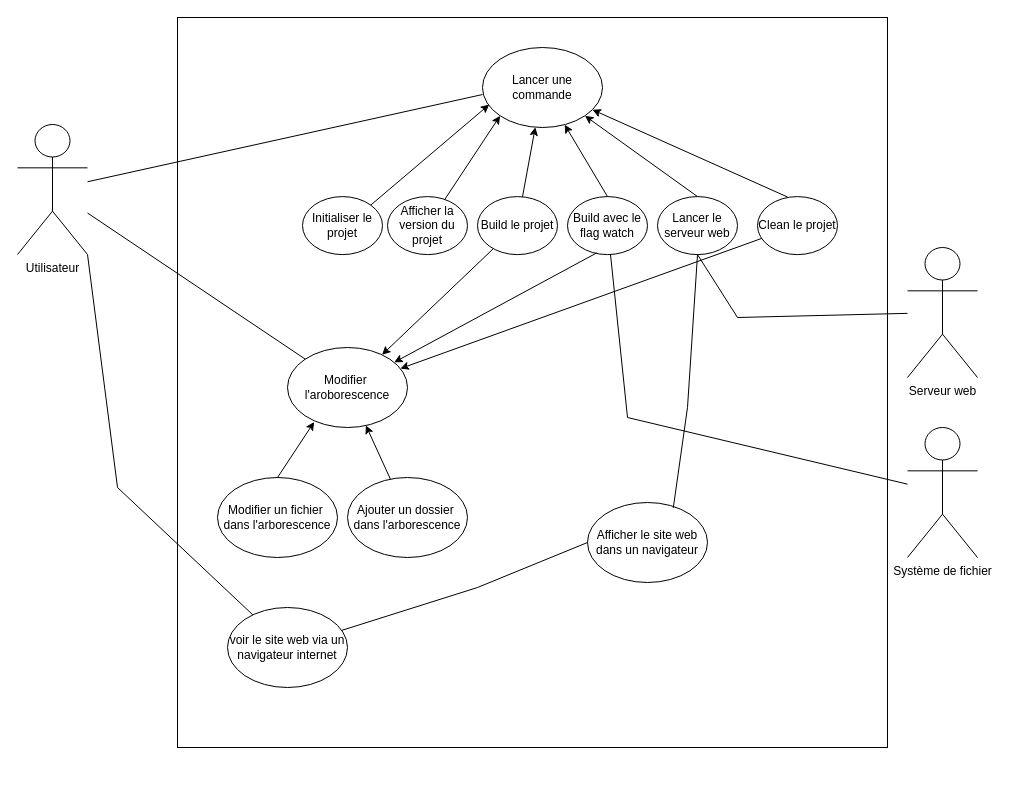
Before: diagrames/useCase.drawio in lgtm-migrator/projet-friedli_jaquier_kaelin_pavicevic, a draw.io diagram. Source tidied: cells renumbered, new cells numbered last; positions are measured from the earlier drawing's top-left corner, leaving out a move shared by most shapes. Both pictures are drawn from the tidied source at 100%, with x=0, y=0 at pixel (17, 17).
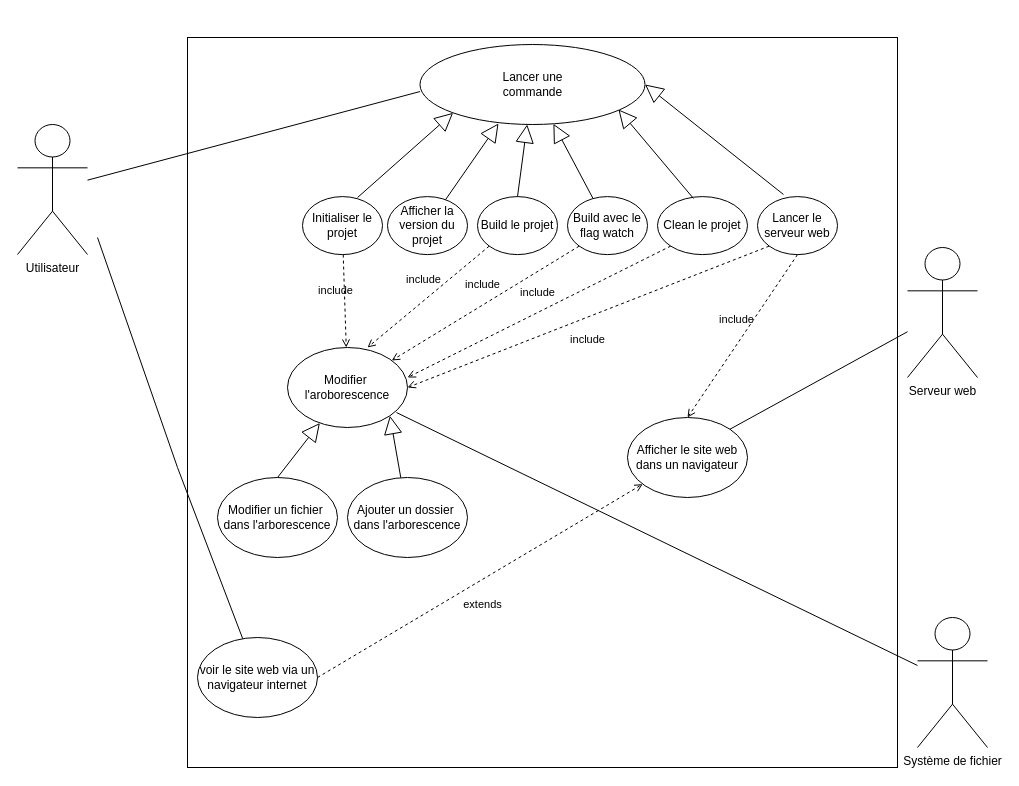
The same diagram, later.

Commit message (it also covers changes not shown here):
docs: refactor somes diagrams

Unchanged cells that the change refers to:
```xml
<mxCell id="3" value="Utilisateur" style="shape=umlActor;verticalLabelPosition=bottom;verticalAlign=top;html=1;outlineConnect=0;" parent="1" vertex="1">
  <mxGeometry y="107" width="70" height="130" as="geometry" />
</mxCell>
<mxCell id="4" value="Ajouter un dossier&amp;nbsp;&lt;br&gt;dans l'arborescence" style="ellipse;whiteSpace=wrap;html=1;" parent="1" vertex="1">
  <mxGeometry x="330" y="460" width="120" height="80" as="geometry" />
</mxCell>
<mxCell id="5" value="Modifier un fichier&amp;nbsp;&lt;br&gt;dans l'arborescence" style="ellipse;whiteSpace=wrap;html=1;" parent="1" vertex="1">
  <mxGeometry x="200" y="460" width="120" height="80" as="geometry" />
</mxCell>
<mxCell id="6" value="Modifier&amp;nbsp; l'aroborescence" style="ellipse;whiteSpace=wrap;html=1;" parent="1" vertex="1">
  <mxGeometry x="270" y="330" width="120" height="80" as="geometry" />
</mxCell>
<mxCell id="13" value="Initialiser le projet" style="ellipse;whiteSpace=wrap;html=1;" parent="1" vertex="1">
  <mxGeometry x="285" y="179.1" width="80" height="58" as="geometry" />
</mxCell>
<mxCell id="14" value="Build le projet" style="ellipse;whiteSpace=wrap;html=1;" parent="1" vertex="1">
  <mxGeometry x="460" y="179.1" width="80" height="58" as="geometry" />
</mxCell>
<mxCell id="22" value="Afficher la version du projet" style="ellipse;whiteSpace=wrap;html=1;" parent="1" vertex="1">
  <mxGeometry x="370" y="179.1" width="80" height="58" as="geometry" />
</mxCell>
<mxCell id="26" value="Serveur web" style="shape=umlActor;verticalLabelPosition=bottom;verticalAlign=top;html=1;outlineConnect=0;" parent="1" vertex="1">
  <mxGeometry x="890" y="230" width="70" height="130" as="geometry" />
</mxCell>
<mxCell id="28" value="Build avec le flag watch" style="ellipse;whiteSpace=wrap;html=1;" parent="1" vertex="1">
  <mxGeometry x="550" y="179.1" width="80" height="58" as="geometry" />
</mxCell>
```

Change to the diagram source:
```diff
@@
     <mxCell id="2" style="rounded=0;whiteSpace=wrap;html=1;" parent="1" vertex="1">
-      <mxGeometry x="160" width="710" height="730" as="geometry" />
+      <mxGeometry x="170" y="20" width="710" height="730" as="geometry" />
     </mxCell>
@@
-    <mxCell id="7" style="endArrow=classic;html=1;rounded=0;exitX=0.5;exitY=0;exitDx=0;exitDy=0;entryX=0.222;entryY=0.931;entryDx=0;entryDy=0;entryPerimeter=0;" parent="1" edge="1" source="5" target="6">
-      <mxGeometry relative="1" as="geometry" />
-    </mxCell>
-    <mxCell id="8" style="endArrow=classic;html=1;rounded=0;entryX=0.653;entryY=0.973;entryDx=0;entryDy=0;entryPerimeter=0;" parent="1" edge="1" source="4" target="6">
-      <mxGeometry relative="1" as="geometry" />
-    </mxCell>
-    <mxCell id="9" style="endArrow=none;html=1;rounded=0;" parent="1" edge="1" source="3" target="6">
-      <mxGeometry relative="1" as="geometry" />
-    </mxCell>
@@
     <mxCell id="11" value="Lancer une &lt;br&gt;commande" style="ellipse;whiteSpace=wrap;html=1;" parent="1" vertex="1">
-      <mxGeometry x="465" y="30" width="120" height="80" as="geometry" />
+      <mxGeometry x="402.5" y="27" width="225" height="80" as="geometry" />
     </mxCell>
     <mxCell id="12" value="Lancer le serveur web" style="ellipse;whiteSpace=wrap;html=1;" parent="1" vertex="1">
-      <mxGeometry x="640" y="179.1" width="80" height="58" as="geometry" />
+      <mxGeometry x="740" y="179.1" width="80" height="58" as="geometry" />
     </mxCell>
@@
     <mxCell id="15" value="Clean le projet" style="ellipse;whiteSpace=wrap;html=1;" parent="1" vertex="1">
-      <mxGeometry x="740" y="179.1" width="80" height="58" as="geometry" />
+      <mxGeometry x="640" y="179.1" width="90" height="58" as="geometry" />
     </mxCell>
-    <mxCell id="16" style="endArrow=classic;html=1;rounded=0;exitX=1;exitY=0;exitDx=0;exitDy=0;entryX=0.056;entryY=0.713;entryDx=0;entryDy=0;entryPerimeter=0;" parent="1" edge="1" source="13" target="11">
-      <mxGeometry relative="1" as="geometry" />
-    </mxCell>
-    <mxCell id="17" style="endArrow=classic;html=1;rounded=0;" parent="1" edge="1" source="14" target="11">
-      <mxGeometry relative="1" as="geometry" />
-    </mxCell>
-    <mxCell id="18" style="endArrow=classic;html=1;rounded=0;exitX=0.5;exitY=0;exitDx=0;exitDy=0;entryX=1;entryY=1;entryDx=0;entryDy=0;" parent="1" edge="1" source="12" target="11">
-      <mxGeometry relative="1" as="geometry" />
-    </mxCell>
-    <mxCell id="19" style="endArrow=classic;html=1;rounded=0;exitX=0.375;exitY=0.007;exitDx=0;exitDy=0;exitPerimeter=0;" parent="1" edge="1" source="15" target="11">
-      <mxGeometry relative="1" as="geometry" />
-    </mxCell>
     <mxCell id="20" value="Système de fichier" style="shape=umlActor;verticalLabelPosition=bottom;verticalAlign=top;html=1;outlineConnect=0;" parent="1" vertex="1">
-      <mxGeometry x="890" y="410" width="70" height="130" as="geometry" />
+      <mxGeometry x="900" y="600" width="70" height="130" as="geometry" />
     </mxCell>
-    <mxCell id="21" style="endArrow=none;html=1;rounded=0;" parent="1" edge="1" source="28" target="20">
-      <mxGeometry relative="1" as="geometry">
-        <Array as="points">
-          <mxPoint x="610" y="400" />
-        </Array>
-      </mxGeometry>
-    </mxCell>
@@
-    <mxCell id="23" style="endArrow=classic;html=1;rounded=0;entryX=0;entryY=1;entryDx=0;entryDy=0;" parent="1" edge="1" source="22" target="11">
-      <mxGeometry relative="1" as="geometry" />
-    </mxCell>
-    <mxCell id="24" style="endArrow=classic;html=1;rounded=0;" parent="1" edge="1" source="14" target="6">
-      <mxGeometry relative="1" as="geometry" />
-    </mxCell>
-    <mxCell id="25" style="endArrow=classic;html=1;rounded=0;" parent="1" edge="1" source="15" target="6">
-      <mxGeometry relative="1" as="geometry" />
-    </mxCell>
@@
-    <mxCell id="27" style="endArrow=none;html=1;rounded=0;exitX=0.5;exitY=1;exitDx=0;exitDy=0;" parent="1" edge="1" source="12" target="26">
-      <mxGeometry relative="1" as="geometry">
-        <Array as="points">
-          <mxPoint x="720" y="300" />
-        </Array>
-      </mxGeometry>
-    </mxCell>
@@
-    <mxCell id="29" style="endArrow=classic;html=1;rounded=0;exitX=0.5;exitY=0;exitDx=0;exitDy=0;" parent="1" edge="1" source="28" target="11">
-      <mxGeometry relative="1" as="geometry" />
-    </mxCell>
-    <mxCell id="30" style="endArrow=classic;html=1;rounded=0;exitX=0.365;exitY=0.971;exitDx=0;exitDy=0;exitPerimeter=0;" parent="1" edge="1" source="28" target="6">
-      <mxGeometry relative="1" as="geometry" />
-    </mxCell>
     <mxCell id="31" value="voir le site web via un navigateur internet" style="ellipse;whiteSpace=wrap;html=1;" parent="1" vertex="1">
-      <mxGeometry x="210" y="590" width="120" height="80" as="geometry" />
+      <mxGeometry x="180" y="620" width="120" height="80" as="geometry" />
     </mxCell>
-    <mxCell id="32" style="endArrow=none;html=1;rounded=0;exitX=1;exitY=1;exitDx=0;exitDy=0;exitPerimeter=0;" parent="1" edge="1" source="3" target="31">
+    <mxCell id="32" style="endArrow=none;html=1;rounded=0;" parent="1" edge="1" target="31">
       <mxGeometry relative="1" as="geometry">
+        <mxPoint x="80" y="220" as="sourcePoint" />
         <Array as="points">
-          <mxPoint x="100" y="470" />
+          <mxPoint x="160" y="450" />
         </Array>
       </mxGeometry>
     </mxCell>
     <mxCell id="33" value="Afficher le site web dans un navigateur" style="ellipse;whiteSpace=wrap;html=1;" parent="1" vertex="1">
-      <mxGeometry x="570" y="485" width="120" height="80" as="geometry" />
+      <mxGeometry x="610" y="400" width="120" height="80" as="geometry" />
     </mxCell>
+    <mxCell id="16" style="endArrow=block;endSize=16;endFill=0;html=1;rounded=0;entryX=0;entryY=1;entryDx=0;entryDy=0;exitX=0.688;exitY=0.016;exitDx=0;exitDy=0;exitPerimeter=0;" parent="1" edge="1" source="13" target="11">
+      <mxGeometry relative="1" as="geometry" />
+    </mxCell>
+    <mxCell id="23" style="endArrow=block;endSize=16;endFill=0;html=1;rounded=0;entryX=0.349;entryY=0.987;entryDx=0;entryDy=0;entryPerimeter=0;" parent="1" edge="1" source="22" target="11">
+      <mxGeometry relative="1" as="geometry" />
+    </mxCell>
+    <mxCell id="17" style="endArrow=block;endSize=16;endFill=0;html=1;rounded=0;exitX=0.5;exitY=0;exitDx=0;exitDy=0;" parent="1" edge="1" source="14" target="11">
+      <mxGeometry relative="1" as="geometry" />
+    </mxCell>
+    <mxCell id="29" style="endArrow=block;endSize=16;endFill=0;html=1;rounded=0;" parent="1" edge="1" source="28" target="11">
+      <mxGeometry relative="1" as="geometry" />
+    </mxCell>
+    <mxCell id="18" style="endArrow=block;endSize=16;endFill=0;html=1;rounded=0;exitX=0.325;exitY=-0.036;exitDx=0;exitDy=0;exitPerimeter=0;entryX=1;entryY=0.5;entryDx=0;entryDy=0;" parent="1" edge="1" source="12" target="11">
+      <mxGeometry relative="1" as="geometry" />
+    </mxCell>
+    <mxCell id="19" style="endArrow=block;endSize=16;endFill=0;html=1;rounded=0;exitX=0.4;exitY=0.033;exitDx=0;exitDy=0;exitPerimeter=0;entryX=0.882;entryY=0.812;entryDx=0;entryDy=0;entryPerimeter=0;" parent="1" edge="1" source="15" target="11">
+      <mxGeometry relative="1" as="geometry" />
+    </mxCell>
+    <mxCell id="7" value="&lt;br&gt;" style="endArrow=block;endSize=16;endFill=0;html=1;rounded=0;exitX=0.5;exitY=0;exitDx=0;exitDy=0;" parent="1" edge="1" source="5" target="6">
+      <mxGeometry relative="1" as="geometry" />
+    </mxCell>
+    <mxCell id="8" style="endArrow=block;endSize=16;endFill=0;html=1;rounded=0;entryX=1;entryY=1;entryDx=0;entryDy=0;" parent="1" edge="1" source="4" target="6">
+      <mxGeometry relative="1" as="geometry" />
+    </mxCell>
+    <mxCell id="36" value="include" style="html=1;verticalAlign=bottom;labelBackgroundColor=none;endArrow=open;endFill=0;dashed=1;rounded=0;exitX=0;exitY=1;exitDx=0;exitDy=0;" parent="1" edge="1" source="14">
+      <mxGeometry x="-0.02" y="-9" relative="1" as="geometry">
+        <mxPoint x="350" y="330" as="targetPoint" />
+        <mxPoint y="-1" as="offset" />
+      </mxGeometry>
+    </mxCell>
+    <mxCell id="30" value="include" style="html=1;verticalAlign=bottom;labelBackgroundColor=none;endArrow=open;endFill=0;dashed=1;rounded=0;exitX=0;exitY=1;exitDx=0;exitDy=0;" parent="1" edge="1" source="28" target="6">
+      <mxGeometry x="-0.02" y="-9" relative="1" as="geometry">
+        <mxPoint y="-1" as="offset" />
+      </mxGeometry>
+    </mxCell>
+    <mxCell id="37" value="include" style="html=1;verticalAlign=bottom;labelBackgroundColor=none;endArrow=open;endFill=0;dashed=1;rounded=0;exitX=0;exitY=1;exitDx=0;exitDy=0;" parent="1" edge="1" source="15">
+      <mxGeometry x="-0.02" y="-9" relative="1" as="geometry">
+        <mxPoint x="390" y="360" as="targetPoint" />
+        <mxPoint y="-1" as="offset" />
+      </mxGeometry>
+    </mxCell>
-    <mxCell id="34" style="endArrow=none;html=1;rounded=0;exitX=0.5;exitY=1;exitDx=0;exitDy=0;entryX=0.715;entryY=0.067;entryDx=0;entryDy=0;entryPerimeter=0;" parent="1" edge="1" source="12" target="33">
-      <mxGeometry relative="1" as="geometry">
-        <Array as="points">
-          <mxPoint x="670" y="390" />
-        </Array>
+    <mxCell id="34" value="include" style="html=1;verticalAlign=bottom;labelBackgroundColor=none;endArrow=open;endFill=0;dashed=1;rounded=0;exitX=0.5;exitY=1;exitDx=0;exitDy=0;entryX=0.5;entryY=0;entryDx=0;entryDy=0;" parent="1" edge="1" source="12" target="33">
+      <mxGeometry x="-0.02" y="-9" relative="1" as="geometry">
+        <mxPoint y="-1" as="offset" />
       </mxGeometry>
     </mxCell>
-    <mxCell id="35" style="endArrow=none;html=1;rounded=0;exitX=0;exitY=0.5;exitDx=0;exitDy=0;" parent="1" edge="1" source="33" target="31">
-      <mxGeometry relative="1" as="geometry">
-        <Array as="points">
-          <mxPoint x="460" y="570" />
-        </Array>
-      </mxGeometry>
-    </mxCell>
+    <mxCell id="38" style="endArrow=none;html=1;rounded=0;entryX=1;entryY=0;entryDx=0;entryDy=0;" parent="1" edge="1" source="26" target="33">
+      <mxGeometry relative="1" as="geometry" />
+    </mxCell>
+    <mxCell id="39" style="endArrow=none;html=1;rounded=0;entryX=0.908;entryY=0.813;entryDx=0;entryDy=0;entryPerimeter=0;" parent="1" edge="1" source="20" target="6">
+      <mxGeometry relative="1" as="geometry" />
+    </mxCell>
+    <mxCell id="40" value="extends" style="html=1;verticalAlign=bottom;labelBackgroundColor=none;endArrow=open;endFill=0;dashed=1;rounded=0;exitX=1;exitY=0.5;exitDx=0;exitDy=0;" parent="1" edge="1" source="31" target="33">
+      <mxGeometry x="-0.08" y="-30" relative="1" as="geometry">
+        <mxPoint y="-1" as="offset" />
+      </mxGeometry>
+    </mxCell>
+    <mxCell id="41" value="include" style="html=1;verticalAlign=bottom;labelBackgroundColor=none;endArrow=open;endFill=0;dashed=1;rounded=0;" parent="1" edge="1" source="13" target="6">
+      <mxGeometry x="-0.02" y="-9" relative="1" as="geometry">
+        <mxPoint y="-1" as="offset" />
+      </mxGeometry>
+    </mxCell>
+    <mxCell id="42" value="include" style="html=1;verticalAlign=bottom;labelBackgroundColor=none;endArrow=open;endFill=0;dashed=1;rounded=0;exitX=0;exitY=1;exitDx=0;exitDy=0;entryX=1;entryY=0.5;entryDx=0;entryDy=0;" parent="1" edge="1" source="12" target="6">
+      <mxGeometry x="0.06" y="29" relative="1" as="geometry" />
+    </mxCell>
```
